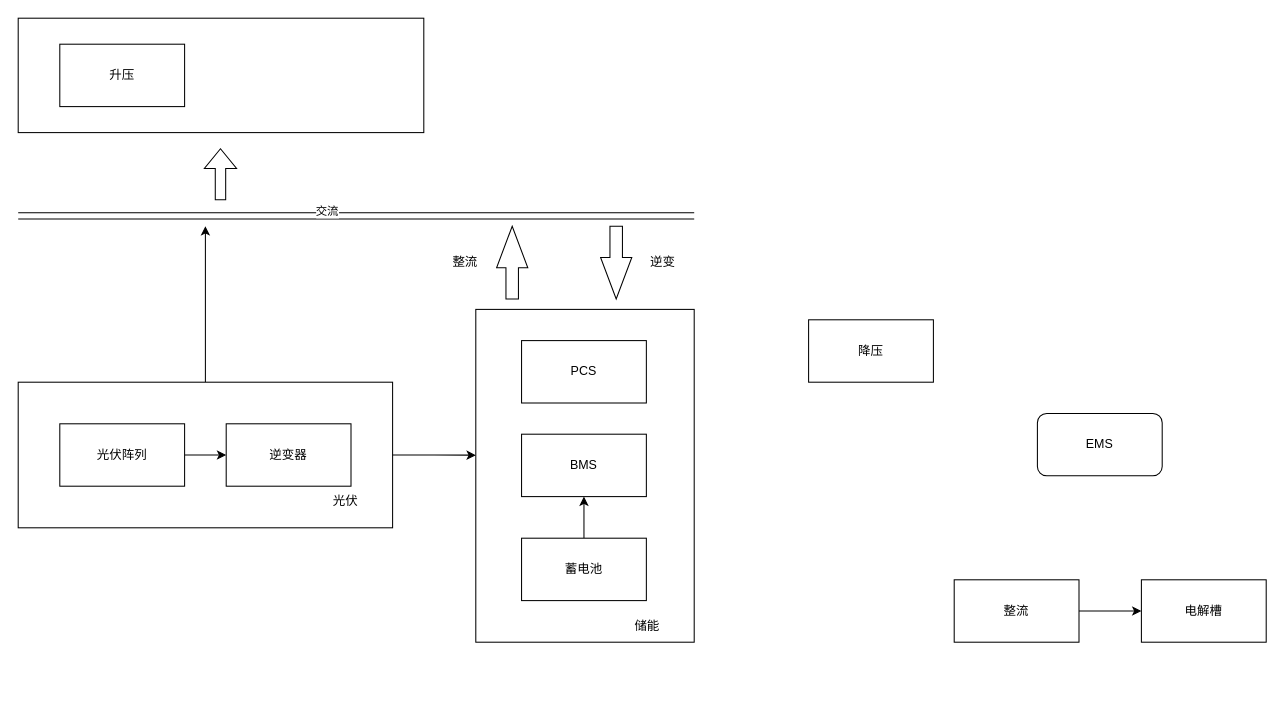
Earlier version of the draw.io diagram 未命名绘图.drawio (kiwiyan/3D). Source tidied: cells renumbered, new cells numbered last; positions are measured from the earlier drawing's top-left corner, leaving out a move shared by most shapes. Both pictures are drawn from the tidied source at 104%, with x=0, y=0 at pixel (18, 18).
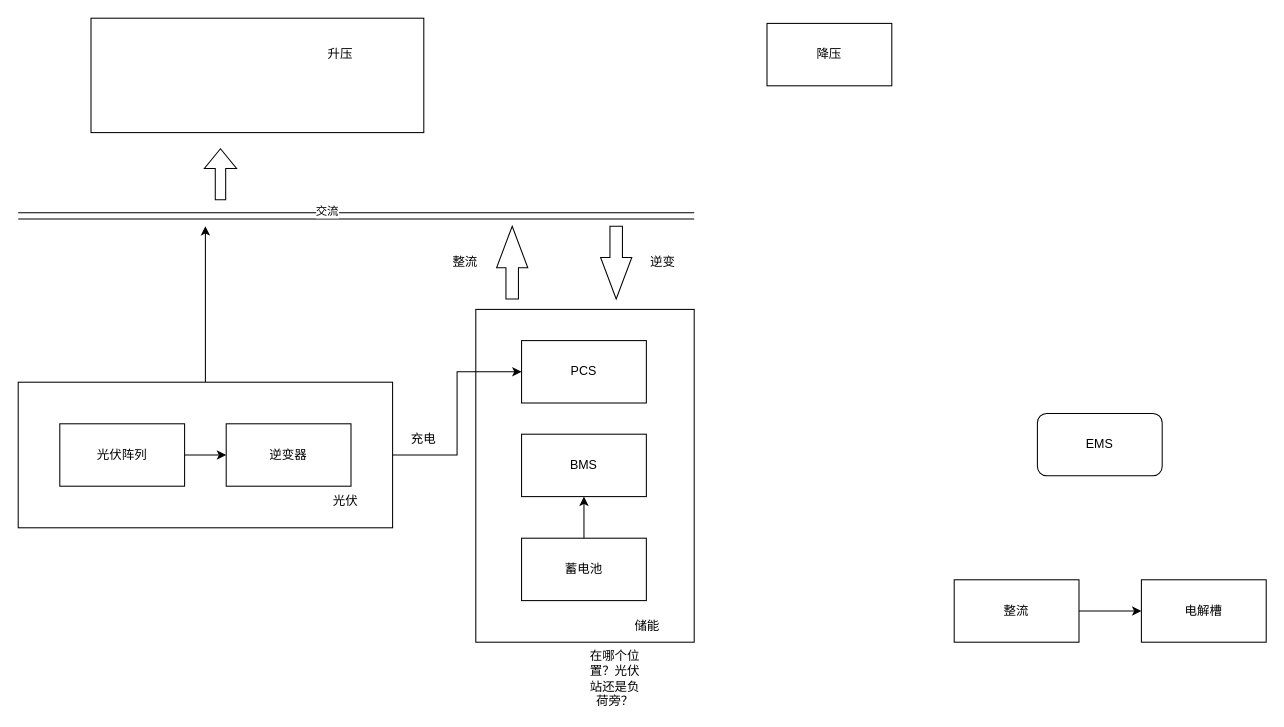
After the change.

Commit message (it also covers changes not shown here):
更新未命名绘图.drawio

The change refers to these unchanged cells:
```xml
<mxCell id="2" style="rounded=0;whiteSpace=wrap;html=1;" parent="1" vertex="1">
  <mxGeometry x="440" y="280" width="210" height="320" as="geometry" />
</mxCell>
<mxCell id="4" style="rounded=0;whiteSpace=wrap;html=1;" parent="1" vertex="1">
  <mxGeometry y="350" width="360" height="140" as="geometry" />
</mxCell>
<mxCell id="13" value="PCS" style="rounded=0;whiteSpace=wrap;html=1;" parent="1" vertex="1">
  <mxGeometry x="484" y="310" width="120" height="60" as="geometry" />
</mxCell>
```

Change to the diagram source:
```diff
@@
     <mxCell id="5" style="rounded=0;whiteSpace=wrap;html=1;" parent="1" vertex="1">
-      <mxGeometry width="390" height="110" as="geometry" />
+      <mxGeometry x="70" width="320" height="110" as="geometry" />
     </mxCell>
@@
-    <mxCell id="11" value="升压" style="rounded=0;whiteSpace=wrap;html=1;" parent="1" vertex="1">
-      <mxGeometry x="40" y="25" width="120" height="60" as="geometry" />
-    </mxCell>
@@
     <mxCell id="18" value="降压" style="rounded=0;whiteSpace=wrap;html=1;" parent="1" vertex="1">
-      <mxGeometry x="760" y="290" width="120" height="60" as="geometry" />
+      <mxGeometry x="720" y="5" width="120" height="60" as="geometry" />
     </mxCell>
@@
-    <mxCell id="21" style="edgeStyle=orthogonalEdgeStyle;rounded=0;jettySize=auto;html=1;entryX=0;entryY=0.438;entryDx=0;entryDy=0;entryPerimeter=0;" parent="1" edge="1" source="4" target="2">
+    <mxCell id="21" style="edgeStyle=orthogonalEdgeStyle;rounded=0;jettySize=auto;html=1;entryX=0;entryY=0.5;entryDx=0;entryDy=0;" parent="1" edge="1" source="4" target="13">
       <mxGeometry relative="1" as="geometry" />
     </mxCell>
@@
+    <mxCell id="29" value="充电" style="text;html=1;align=center;verticalAlign=middle;whiteSpace=wrap;rounded=0;" parent="1" vertex="1">
+      <mxGeometry x="360" y="390" width="60" height="30" as="geometry" />
+    </mxCell>
+    <mxCell id="30" value="在哪个位置？光伏站还是负荷旁？" style="text;html=1;align=center;verticalAlign=middle;whiteSpace=wrap;rounded=0;" parent="1" vertex="1">
+      <mxGeometry x="544" y="620" width="60" height="30" as="geometry" />
+    </mxCell>
+    <mxCell id="11" value="升压" style="text;html=1;align=center;verticalAlign=middle;whiteSpace=wrap;rounded=0;" parent="1" vertex="1">
+      <mxGeometry x="280" y="20" width="60" height="30" as="geometry" />
+    </mxCell>
```
